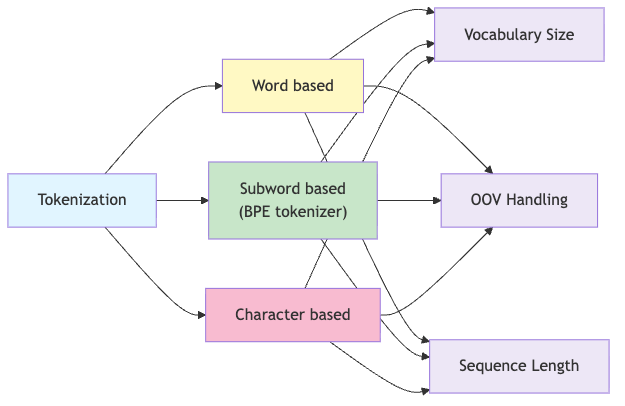
Before: book/figures/generated/tokenization_and_bpe_fig03.png, a diagram exported from Mermaid (tanishk147/LLM-Playlist-to-book). Its source is kept beside it as book/figures/generated/tokenization_and_bpe_fig03.mmd. Its diagram source:
```mermaid
graph LR
    A["Tokenization"] --> B["Word based"]
    A --> C["Subword based<br/>(BPE tokenizer)"]
    A --> D["Character based"]

    B --> E["Vocabulary Size"]
    C --> E
    D --> E

    B --> F["OOV Handling"]
    C --> F
    D --> F

    B --> G["Sequence Length"]
    C --> G
    D --> G

    style A fill:#e1f5ff
    style B fill:#fff9c4
    style C fill:#c8e6c9
    style D fill:#f8bbd0
    style E fill:#ede7f6
    style F fill:#ede7f6
    style G fill:#ede7f6
```
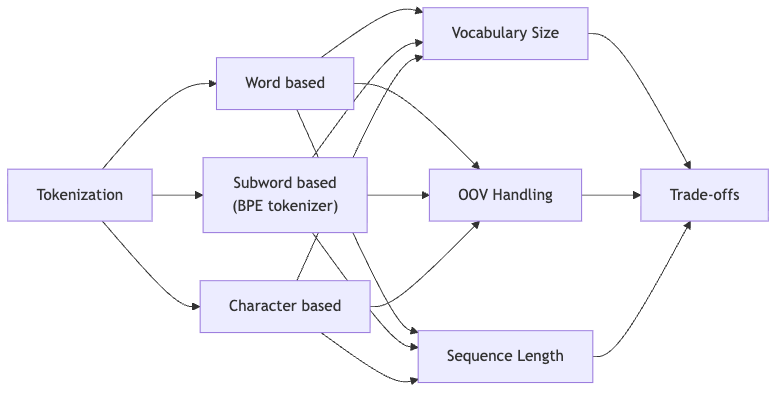
After the change.

Diff of the diagram source:
```diff
@@ -2,23 +2,15 @@
     A["Tokenization"] --> B["Word based"]
     A --> C["Subword based<br/>(BPE tokenizer)"]
     A --> D["Character based"]
-
     B --> E["Vocabulary Size"]
     C --> E
     D --> E
-
     B --> F["OOV Handling"]
     C --> F
     D --> F
-
     B --> G["Sequence Length"]
     C --> G
     D --> G
-
-    style A fill:#e1f5ff
-    style B fill:#fff9c4
-    style C fill:#c8e6c9
-    style D fill:#f8bbd0
-    style E fill:#ede7f6
-    style F fill:#ede7f6
-    style G fill:#ede7f6
+    E --> H["Trade-offs"]
+    F --> H
+    G --> H
```
